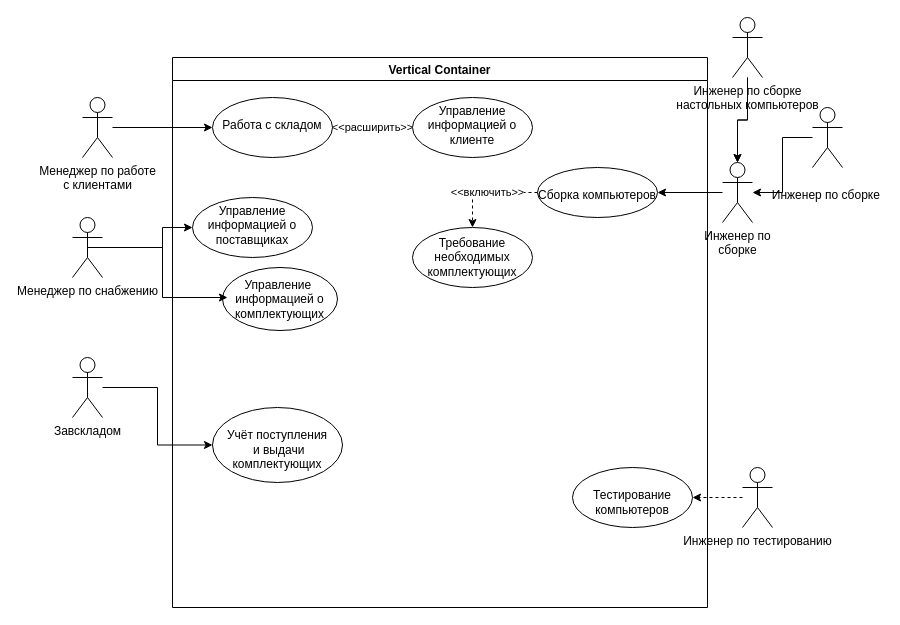
This is first.drawio from IcRipperr/Use_Case, a draw.io file, before an edit. Source tidied: cells renumbered, new cells numbered last; positions are measured from the earlier drawing's top-left corner, leaving out a move shared by most shapes. Both pictures are drawn from the tidied source at 100%, with x=0, y=0 at pixel (72, 17).
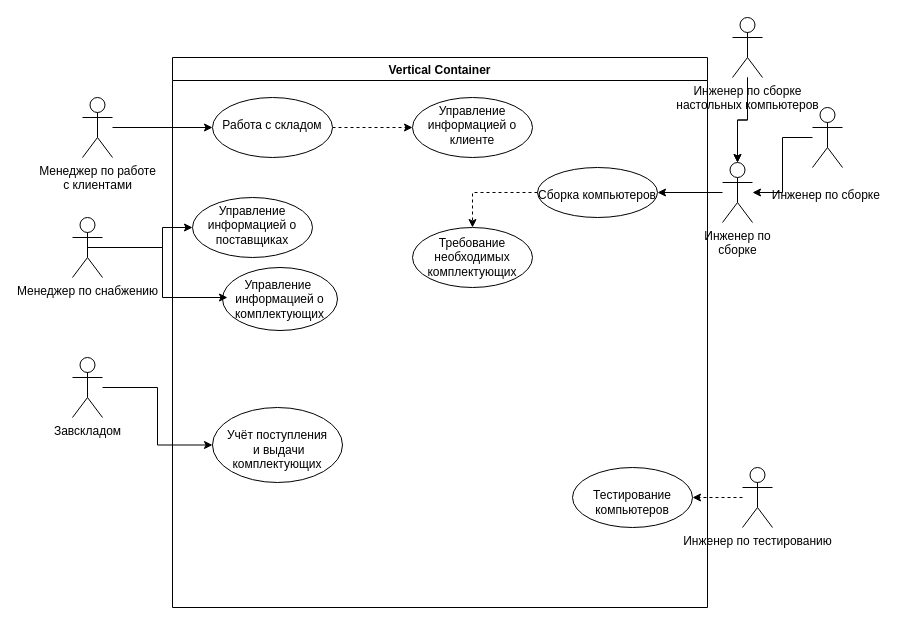
Above is the later version.

The change refers to these unchanged cells:
```xml
<mxCell id="2" value="Vertical Container" style="swimlane;" parent="1" vertex="1">
  <mxGeometry x="100" y="40" width="535" height="550" as="geometry" />
</mxCell>
<mxCell id="4" value="&lt;br&gt;Работа с складом" style="ellipse;whiteSpace=wrap;html=1;verticalAlign=top;" parent="2" vertex="1">
  <mxGeometry x="40" y="40" width="120" height="60" as="geometry" />
</mxCell>
<mxCell id="7" value="Управление информацией о клиенте" style="ellipse;whiteSpace=wrap;html=1;verticalAlign=top;" parent="2" vertex="1">
  <mxGeometry x="240" y="40" width="120" height="60" as="geometry" />
</mxCell>
<mxCell id="9" value="&lt;br&gt;Сборка компьютеров" style="ellipse;whiteSpace=wrap;html=1;verticalAlign=top;" parent="2" vertex="1">
  <mxGeometry x="365" y="110" width="120" height="50" as="geometry" />
</mxCell>
<mxCell id="10" value="Требование необходимых комплектующих" style="ellipse;whiteSpace=wrap;html=1;" parent="2" vertex="1">
  <mxGeometry x="240" y="170" width="120" height="60" as="geometry" />
</mxCell>
```

Diff of the diagram source:
```diff
@@
-    <mxCell id="3" value="&amp;lt;&amp;lt;расширить&amp;gt;&amp;gt;" style="edgeStyle=orthogonalEdgeStyle;rounded=0;jettySize=auto;html=1;dashed=1;" parent="2" edge="1" source="4" target="7">
+    <mxCell id="3" style="edgeStyle=orthogonalEdgeStyle;rounded=0;jettySize=auto;html=1;dashed=1;" parent="2" edge="1" source="4" target="7">
       <mxGeometry relative="1" as="geometry" />
     </mxCell>
@@
-    <mxCell id="11" value="&amp;lt;&amp;lt;включить&amp;gt;&amp;gt;" style="edgeStyle=orthogonalEdgeStyle;rounded=0;jettySize=auto;html=1;dashed=1;" parent="2" edge="1" source="9" target="10">
+    <mxCell id="11" style="edgeStyle=orthogonalEdgeStyle;rounded=0;jettySize=auto;html=1;dashed=1;" parent="2" edge="1" source="9" target="10">
       <mxGeometry relative="1" as="geometry" />
     </mxCell>
```
